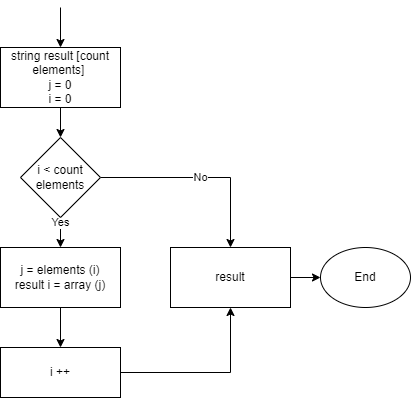
AlexaKara/FinalWork keeps this draw.io diagram as algorithm.png. Above is the earlier version. Source tidied: cells renumbered, new cells last; positions are measured from the earlier drawing's top-left corner, leaving out a move shared by most shapes.
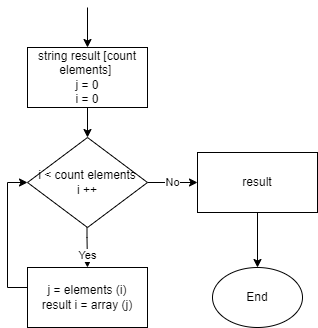
The same file after the commit.

What changed in the source:
```diff
@@ -2,59 +2,55 @@
   <root>
     <mxCell id="0" />
     <mxCell id="1" parent="0" />
-    <mxCell id="2" style="edgeStyle=orthogonalEdgeStyle;rounded=0;orthogonalLoop=1;jettySize=auto;html=1;entryX=0.5;entryY=0;entryDx=0;entryDy=0;" parent="1" edge="1">
-      <mxGeometry relative="1" as="geometry">
-        <mxPoint x="60" as="sourcePoint" />
-        <mxPoint x="60" y="40" as="targetPoint" />
-      </mxGeometry>
-    </mxCell>
-    <mxCell id="3" style="edgeStyle=orthogonalEdgeStyle;rounded=0;orthogonalLoop=1;jettySize=auto;html=1;entryX=0.5;entryY=0;entryDx=0;entryDy=0;fontColor=#000000;" parent="1" edge="1">
-      <mxGeometry relative="1" as="geometry">
-        <mxPoint x="60" y="100" as="sourcePoint" />
-        <mxPoint x="60" y="130" as="targetPoint" />
-      </mxGeometry>
-    </mxCell>
+    <mxCell id="15" style="edgeStyle=orthogonalEdgeStyle;rounded=0;orthogonalLoop=1;jettySize=auto;html=1;entryX=0.5;entryY=0;entryDx=0;entryDy=0;" parent="1" edge="1">
+      <mxGeometry relative="1" as="geometry">
+        <mxPoint x="-130" y="-150" as="sourcePoint" />
+        <mxPoint x="-130" y="-110" as="targetPoint" />
+      </mxGeometry>
+    </mxCell>
+    <mxCell id="16" style="edgeStyle=orthogonalEdgeStyle;rounded=0;orthogonalLoop=1;jettySize=auto;html=1;entryX=0.5;entryY=0;entryDx=0;entryDy=0;fontColor=#000000;" parent="1" edge="1">
+      <mxGeometry relative="1" as="geometry">
+        <mxPoint x="-130" y="-50" as="sourcePoint" />
+        <mxPoint x="-130" y="-20" as="targetPoint" />
+      </mxGeometry>
+    </mxCell>
-    <mxCell id="4" value="Yes" style="edgeStyle=orthogonalEdgeStyle;rounded=0;orthogonalLoop=1;jettySize=auto;html=1;fontColor=#000000;" parent="1" edge="1">
-      <mxGeometry relative="1" as="geometry">
-        <mxPoint x="60" y="190" as="sourcePoint" />
-        <mxPoint x="60" y="240" as="targetPoint" />
+    <mxCell id="4" value="Yes" style="edgeStyle=orthogonalEdgeStyle;rounded=0;jettySize=auto;html=1;fontColor=#000000;entryX=0.5;entryY=0;entryDx=0;entryDy=0;" parent="1" edge="1" target="9">
+      <mxGeometry x="0.6" relative="1" as="geometry">
+        <mxPoint x="-130.5" y="50" as="sourcePoint" />
       </mxGeometry>
     </mxCell>
-    <mxCell id="5" value="No" style="edgeStyle=orthogonalEdgeStyle;rounded=0;jettySize=auto;html=1;fontColor=#000000;" parent="1" edge="1" source="6" target="13">
+    <mxCell id="5" value="No" style="edgeStyle=orthogonalEdgeStyle;rounded=0;jettySize=auto;html=1;fontColor=#000000;" parent="1" edge="1" source="17" target="13">
       <mxGeometry relative="1" as="geometry">
         <Array as="points">
-          <mxPoint x="230" y="170" />
+          <mxPoint x="40" y="20" />
         </Array>
       </mxGeometry>
     </mxCell>
-    <mxCell id="6" value="i &amp;lt; count elements" style="rhombus;whiteSpace=wrap;html=1;fontColor=#000000;" parent="1" vertex="1">
-      <mxGeometry x="20" y="130" width="80" height="80" as="geometry" />
-    </mxCell>
+    <mxCell id="17" value="i &amp;lt; count elements&lt;br&gt;i ++" style="rhombus;whiteSpace=wrap;html=1;fontColor=#000000;" parent="1" vertex="1">
+      <mxGeometry x="-190" y="-20" width="120" height="90" as="geometry" />
+    </mxCell>
     <mxCell id="7" value="string result [count elements]&amp;nbsp;&lt;br&gt;j = 0&lt;br&gt;i = 0" style="rounded=0;whiteSpace=wrap;html=1;fontColor=#000000;" parent="1" vertex="1">
-      <mxGeometry y="40" width="120" height="60" as="geometry" />
+      <mxGeometry x="-190" y="-110" width="120" height="60" as="geometry" />
     </mxCell>
-    <mxCell id="8" style="edgeStyle=orthogonalEdgeStyle;rounded=0;jettySize=auto;html=1;entryX=0.5;entryY=0;entryDx=0;entryDy=0;fontColor=#000000;" parent="1" edge="1" source="9" target="11">
-      <mxGeometry relative="1" as="geometry" />
-    </mxCell>
+    <mxCell id="18" style="edgeStyle=orthogonalEdgeStyle;rounded=0;jettySize=auto;html=1;entryX=0;entryY=0.5;entryDx=0;entryDy=0;" parent="1" edge="1" source="9" target="17">
+      <mxGeometry relative="1" as="geometry">
+        <Array as="points">
+          <mxPoint x="-210" y="130" />
+          <mxPoint x="-210" y="25" />
+        </Array>
+      </mxGeometry>
+    </mxCell>
     <mxCell id="9" value="j = elements (i)&lt;br&gt;result i = array (j)" style="rounded=0;whiteSpace=wrap;html=1;fontColor=#000000;" parent="1" vertex="1">
-      <mxGeometry y="240" width="120" height="60" as="geometry" />
+      <mxGeometry x="-190" y="110" width="120" height="60" as="geometry" />
     </mxCell>
-    <mxCell id="10" style="edgeStyle=orthogonalEdgeStyle;rounded=0;jettySize=auto;html=1;entryX=0.5;entryY=1;entryDx=0;entryDy=0;fontColor=#000000;" parent="1" edge="1" source="11" target="13">
-      <mxGeometry relative="1" as="geometry" />
-    </mxCell>
-    <mxCell id="11" value="i ++" style="rounded=0;whiteSpace=wrap;html=1;fontColor=#000000;" parent="1" vertex="1">
-      <mxGeometry y="340" width="120" height="50" as="geometry" />
-    </mxCell>
-    <mxCell id="12" style="edgeStyle=orthogonalEdgeStyle;rounded=0;jettySize=auto;html=1;fontColor=#000000;" parent="1" edge="1" source="13">
-      <mxGeometry relative="1" as="geometry">
-        <mxPoint x="320" y="270" as="targetPoint" />
-      </mxGeometry>
-    </mxCell>
+    <mxCell id="19" style="edgeStyle=orthogonalEdgeStyle;rounded=0;jettySize=auto;html=1;entryX=0.5;entryY=0;entryDx=0;entryDy=0;" parent="1" edge="1" source="13" target="14">
+      <mxGeometry relative="1" as="geometry" />
+    </mxCell>
     <mxCell id="13" value="result" style="rounded=0;whiteSpace=wrap;html=1;fontColor=#000000;" parent="1" vertex="1">
-      <mxGeometry x="170" y="240" width="120" height="60" as="geometry" />
+      <mxGeometry x="-20" y="-5" width="120" height="60" as="geometry" />
     </mxCell>
     <mxCell id="14" value="End" style="ellipse;whiteSpace=wrap;html=1;fontColor=#000000;" parent="1" vertex="1">
-      <mxGeometry x="320" y="240" width="90" height="60" as="geometry" />
+      <mxGeometry x="-5" y="110" width="90" height="60" as="geometry" />
     </mxCell>
   </root>
 </mxGraphModel>
```
